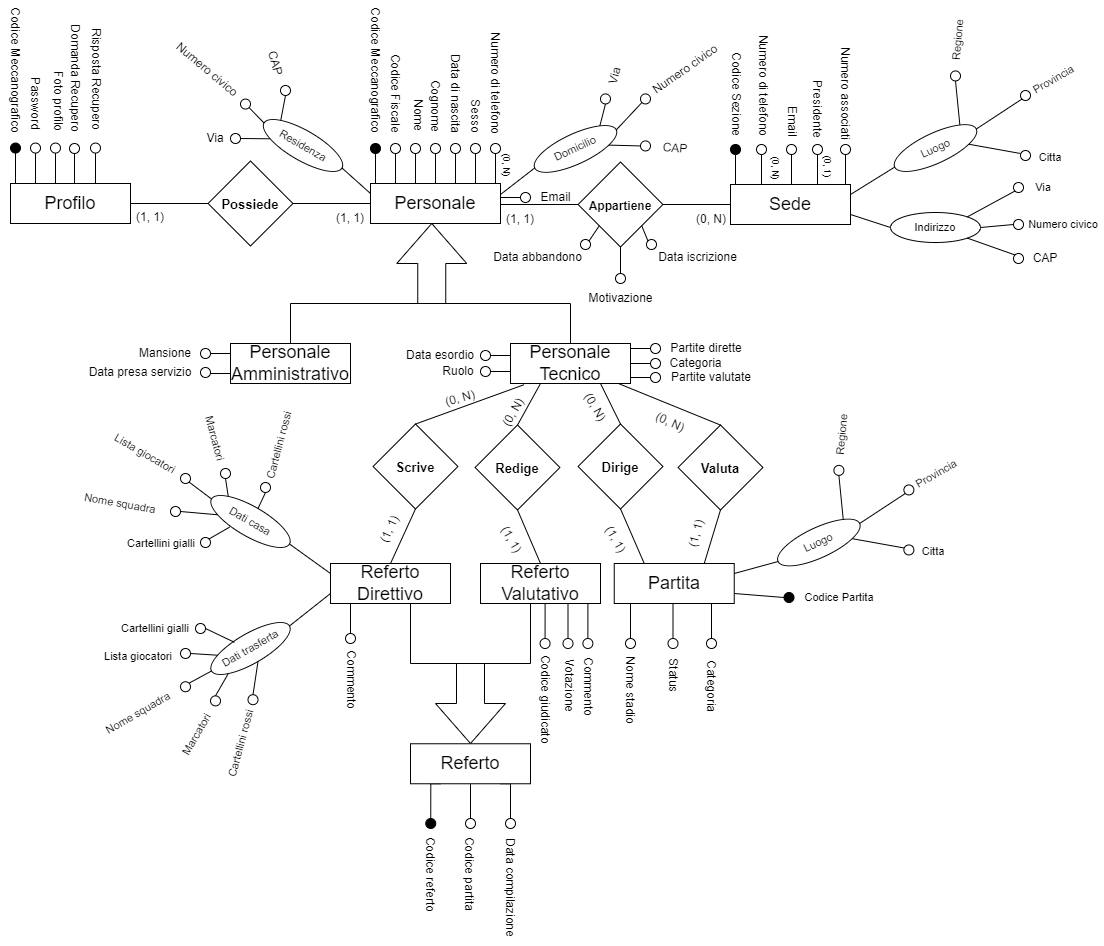
Earlier version of the draw.io export ERDiagram/WhistleER.drawio.png (savernike/DiagramsSet). Source tidied: cells renumbered, new cells last; positions are measured from the earlier drawing's top-left corner, leaving out a move shared by most shapes.
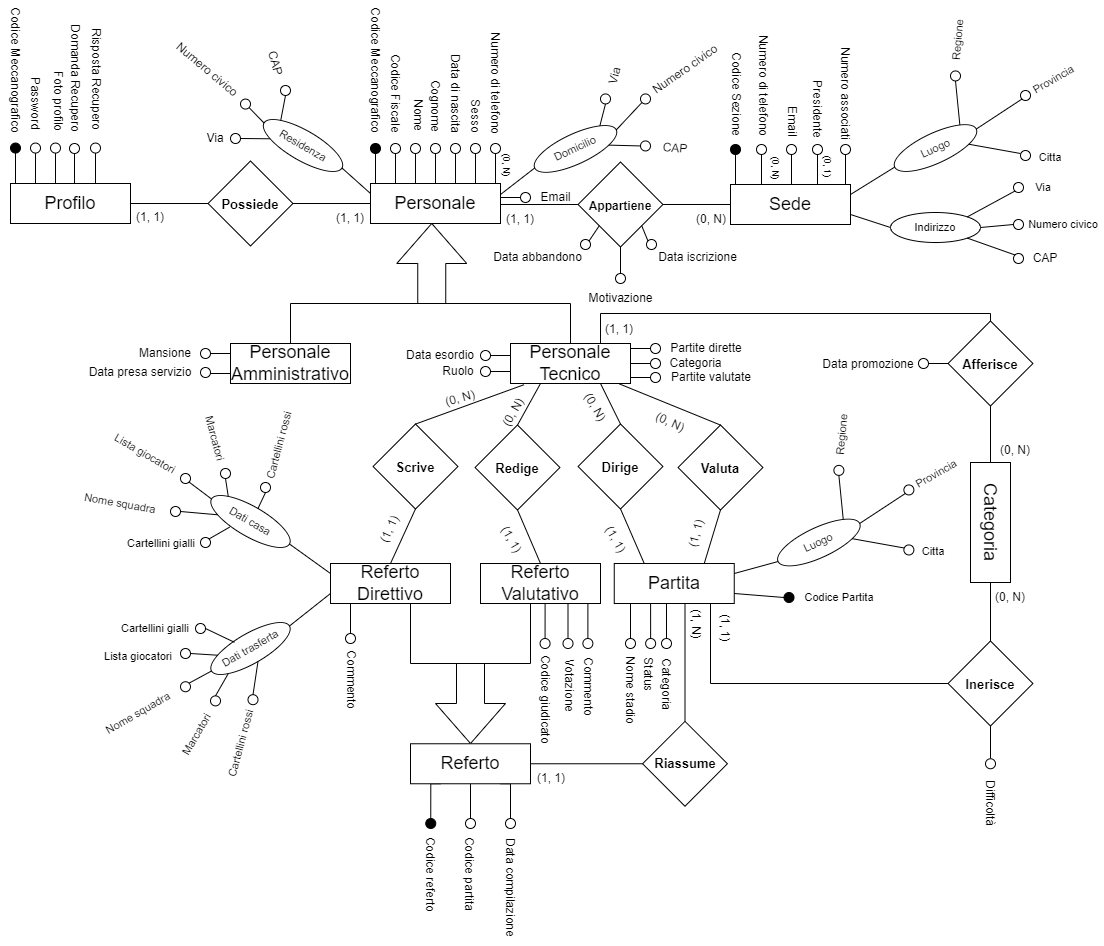
After the commit.

Commit message:
Aggiunta relazione riassume e aggiunta entità categoria con relazioni afferisce e inerisce

The edit, as a diff of the source:
```diff
@@ -350,6 +350,14 @@
     <mxCell id="115" value="&lt;font style=&quot;font-size: 18px;&quot;&gt;Personale&lt;br&gt;Amministrativo&lt;br&gt;&lt;/font&gt;" style="rounded=0;whiteSpace=wrap;html=1;fontFamily=Helvetica;fontSize=11;fontColor=default;" parent="1" vertex="1">
       <mxGeometry x="285" y="319" width="120" height="40" as="geometry" />
     </mxCell>
+    <mxCell id="260" style="edgeStyle=orthogonalEdgeStyle;shape=connector;rounded=0;jettySize=auto;html=1;exitX=0.75;exitY=0;exitDx=0;exitDy=0;entryX=0;entryY=0;entryDx=0;entryDy=0;labelBackgroundColor=default;strokeColor=default;fontFamily=Helvetica;fontSize=11;fontColor=default;endArrow=none;endFill=0;" parent="1" edge="1" source="116" target="267">
+      <mxGeometry relative="1" as="geometry">
+        <Array as="points">
+          <mxPoint x="655" y="289" />
+          <mxPoint x="1045" y="289" />
+        </Array>
+      </mxGeometry>
+    </mxCell>
     <mxCell id="116" value="&lt;font style=&quot;font-size: 18px;&quot;&gt;Personale&lt;br&gt;Tecnico&lt;br&gt;&lt;/font&gt;" style="rounded=0;whiteSpace=wrap;html=1;fontFamily=Helvetica;fontSize=11;fontColor=default;" parent="1" vertex="1">
       <mxGeometry x="565" y="319" width="120" height="40" as="geometry" />
     </mxCell>
@@ -438,11 +446,27 @@
       <mxGeometry relative="1" as="geometry" />
     </mxCell>
     <mxCell id="145" style="edgeStyle=orthogonalEdgeStyle;shape=connector;rounded=0;jettySize=auto;html=1;exitX=0.5;exitY=1;exitDx=0;exitDy=0;entryX=0.5;entryY=0;entryDx=0;entryDy=0;labelBackgroundColor=default;strokeColor=default;fontFamily=Helvetica;fontSize=11;fontColor=default;endArrow=none;endFill=0;" parent="1" edge="1" source="147" target="174">
-      <mxGeometry relative="1" as="geometry" />
+      <mxGeometry relative="1" as="geometry">
+        <Array as="points">
+          <mxPoint x="705" y="579" />
+        </Array>
+      </mxGeometry>
     </mxCell>
     <mxCell id="146" style="edgeStyle=orthogonalEdgeStyle;shape=connector;rounded=0;jettySize=auto;html=1;exitX=0.75;exitY=1;exitDx=0;exitDy=0;entryX=0.5;entryY=0;entryDx=0;entryDy=0;labelBackgroundColor=default;strokeColor=default;fontFamily=Helvetica;fontSize=11;fontColor=default;endArrow=none;endFill=0;" parent="1" edge="1" source="147" target="173">
-      <mxGeometry relative="1" as="geometry" />
+      <mxGeometry relative="1" as="geometry">
+        <Array as="points">
+          <mxPoint x="721" y="579" />
+        </Array>
+      </mxGeometry>
     </mxCell>
+    <mxCell id="261" style="edgeStyle=orthogonalEdgeStyle;shape=connector;rounded=0;jettySize=auto;html=1;exitX=1;exitY=1;exitDx=0;exitDy=0;entryX=0;entryY=1;entryDx=0;entryDy=0;labelBackgroundColor=default;strokeColor=default;fontFamily=Helvetica;fontSize=11;fontColor=default;endArrow=none;endFill=0;" parent="1" edge="1" source="147" target="272">
+      <mxGeometry relative="1" as="geometry">
+        <Array as="points">
+          <mxPoint x="765" y="579" />
+          <mxPoint x="765" y="659" />
+        </Array>
+      </mxGeometry>
+    </mxCell>
     <mxCell id="147" value="&lt;font style=&quot;font-size: 18px;&quot;&gt;Partita&lt;/font&gt;" style="rounded=0;whiteSpace=wrap;html=1;fontFamily=Helvetica;fontSize=11;fontColor=default;" parent="1" vertex="1">
       <mxGeometry x="668.8" y="539" width="120" height="40" as="geometry" />
     </mxCell>
@@ -524,10 +548,10 @@
       <mxGeometry x="845.6" y="558" width="95.6" height="30" as="geometry" />
     </mxCell>
     <mxCell id="173" style="ellipse;whiteSpace=wrap;html=1;fontFamily=Helvetica;fontSize=11;fontColor=default;" parent="1" vertex="1">
-      <mxGeometry x="761" y="614" width="10" height="10" as="geometry" />
+      <mxGeometry x="716" y="614" width="10" height="10" as="geometry" />
     </mxCell>
     <mxCell id="174" style="ellipse;whiteSpace=wrap;html=1;fontFamily=Helvetica;fontSize=11;fontColor=default;" parent="1" vertex="1">
-      <mxGeometry x="722.5" y="614" width="10" height="10" as="geometry" />
+      <mxGeometry x="700.1" y="614" width="10" height="10" as="geometry" />
     </mxCell>
     <mxCell id="175" style="ellipse;whiteSpace=wrap;html=1;fontFamily=Helvetica;fontSize=11;fontColor=default;" parent="1" vertex="1">
       <mxGeometry x="680" y="614" width="10" height="10" as="geometry" />
@@ -536,10 +560,10 @@
       <mxGeometry x="647.4" y="651.4" width="75.2" height="30" as="geometry" />
     </mxCell>
     <mxCell id="177" value="Status" style="text;strokeColor=none;align=center;fillColor=none;html=1;verticalAlign=middle;whiteSpace=wrap;rounded=0;rotation=90;" parent="1" vertex="1">
-      <mxGeometry x="700.1" y="636.3" width="55" height="30" as="geometry" />
+      <mxGeometry x="675.6" y="635" width="55" height="30" as="geometry" />
     </mxCell>
     <mxCell id="178" value="Categoria" style="text;strokeColor=none;align=center;fillColor=none;html=1;verticalAlign=middle;whiteSpace=wrap;rounded=0;rotation=90;" parent="1" vertex="1">
-      <mxGeometry x="738.5" y="646.3" width="55" height="30" as="geometry" />
+      <mxGeometry x="693.5" y="644.3" width="55" height="30" as="geometry" />
     </mxCell>
     <mxCell id="179" style="endArrow=none;html=1;rounded=0;labelBackgroundColor=default;strokeColor=default;fontFamily=Helvetica;fontSize=11;fontColor=default;shape=connector;entryX=0.907;entryY=1.01;entryDx=0;entryDy=0;entryPerimeter=0;exitX=0;exitY=0;exitDx=0;exitDy=0;" parent="1" edge="1" source="140" target="116">
       <mxGeometry relative="1" as="geometry" />
@@ -586,6 +610,9 @@
     <mxCell id="193" style="edgeStyle=orthogonalEdgeStyle;shape=connector;rounded=0;jettySize=auto;html=1;exitX=0.75;exitY=1;exitDx=0;exitDy=0;entryX=0.5;entryY=0;entryDx=0;entryDy=0;labelBackgroundColor=default;strokeColor=default;fontFamily=Helvetica;fontSize=11;fontColor=default;endArrow=none;endFill=0;" parent="1" edge="1" source="194" target="199">
       <mxGeometry relative="1" as="geometry" />
     </mxCell>
+    <mxCell id="262" style="edgeStyle=orthogonalEdgeStyle;rounded=0;jettySize=auto;html=1;exitX=1;exitY=0.5;exitDx=0;exitDy=0;entryX=0;entryY=1;entryDx=0;entryDy=0;endArrow=none;endFill=0;" parent="1" edge="1" source="194" target="264">
+      <mxGeometry relative="1" as="geometry" />
+    </mxCell>
     <mxCell id="194" value="&lt;font style=&quot;font-size: 18px;&quot;&gt;Referto&lt;/font&gt;" style="rounded=0;whiteSpace=wrap;html=1;fontFamily=Helvetica;fontSize=11;fontColor=default;" parent="1" vertex="1">
       <mxGeometry x="465" y="719.3" width="120" height="40" as="geometry" />
     </mxCell>
@@ -784,5 +811,75 @@
     <mxCell id="259" value="(1, 1)" style="text;strokeColor=none;align=center;fillColor=none;html=1;verticalAlign=middle;whiteSpace=wrap;rounded=0;rotation=-75;" parent="1" vertex="1">
       <mxGeometry x="731" y="494" width="40" height="30" as="geometry" />
     </mxCell>
+    <mxCell id="263" style="edgeStyle=orthogonalEdgeStyle;shape=connector;rounded=0;jettySize=auto;html=1;exitX=0;exitY=0;exitDx=0;exitDy=0;entryX=0.81;entryY=1;entryDx=0;entryDy=0;entryPerimeter=0;labelBackgroundColor=default;strokeColor=default;fontFamily=Helvetica;fontSize=11;fontColor=default;endArrow=none;endFill=0;" parent="1" edge="1" source="264" target="147">
+      <mxGeometry relative="1" as="geometry">
+        <Array as="points">
+          <mxPoint x="740" y="579" />
+        </Array>
+      </mxGeometry>
+    </mxCell>
+    <mxCell id="264" style="whiteSpace=wrap;html=1;fontFamily=Helvetica;fontSize=11;fontColor=default;rotation=45;" parent="1" vertex="1">
+      <mxGeometry x="709.5" y="709.3" width="60" height="60" as="geometry" />
+    </mxCell>
+    <mxCell id="265" value="&lt;font style=&quot;font-size: 13px;&quot;&gt;&lt;b&gt;Riassume&lt;/b&gt;&lt;/font&gt;" style="text;strokeColor=none;align=center;fillColor=none;html=1;verticalAlign=middle;whiteSpace=wrap;rounded=0;fontSize=11;fontFamily=Helvetica;fontColor=default;" parent="1" vertex="1">
+      <mxGeometry x="709.5" y="724.1" width="60" height="30" as="geometry" />
+    </mxCell>
+    <mxCell id="266" style="edgeStyle=orthogonalEdgeStyle;shape=connector;rounded=0;jettySize=auto;html=1;exitX=1;exitY=1;exitDx=0;exitDy=0;entryX=1;entryY=0.5;entryDx=0;entryDy=0;labelBackgroundColor=default;strokeColor=default;fontFamily=Helvetica;fontSize=11;fontColor=default;endArrow=none;endFill=0;" parent="1" edge="1" source="267" target="270">
+      <mxGeometry relative="1" as="geometry" />
+    </mxCell>
+    <mxCell id="267" style="whiteSpace=wrap;html=1;fontFamily=Helvetica;fontSize=11;fontColor=default;rotation=45;" parent="1" vertex="1">
+      <mxGeometry x="1015" y="309" width="60" height="60" as="geometry" />
+    </mxCell>
+    <mxCell id="268" value="&lt;font style=&quot;font-size: 13px;&quot;&gt;&lt;b&gt;Afferisce&lt;/b&gt;&lt;/font&gt;" style="text;strokeColor=none;align=center;fillColor=none;html=1;verticalAlign=middle;whiteSpace=wrap;rounded=0;fontSize=11;fontFamily=Helvetica;fontColor=default;" parent="1" vertex="1">
+      <mxGeometry x="1015" y="325.2" width="60" height="30" as="geometry" />
+    </mxCell>
+    <mxCell id="269" style="edgeStyle=orthogonalEdgeStyle;shape=connector;rounded=0;jettySize=auto;html=1;exitX=0;exitY=0.5;exitDx=0;exitDy=0;entryX=0;entryY=0;entryDx=0;entryDy=0;labelBackgroundColor=default;strokeColor=default;fontFamily=Helvetica;fontSize=11;fontColor=default;endArrow=none;endFill=0;" parent="1" edge="1" source="270" target="272">
+      <mxGeometry relative="1" as="geometry" />
+    </mxCell>
+    <mxCell id="270" value="&lt;font style=&quot;font-size: 18px;&quot;&gt;Categoria&lt;br&gt;&lt;/font&gt;" style="rounded=0;whiteSpace=wrap;html=1;fontFamily=Helvetica;fontSize=11;fontColor=default;direction=west;rotation=90;" parent="1" vertex="1">
+      <mxGeometry x="985" y="478" width="120" height="40" as="geometry" />
+    </mxCell>
+    <mxCell id="271" style="edgeStyle=orthogonalEdgeStyle;shape=connector;rounded=0;jettySize=auto;html=1;exitX=1;exitY=1;exitDx=0;exitDy=0;entryX=0.5;entryY=0;entryDx=0;entryDy=0;labelBackgroundColor=default;strokeColor=default;fontFamily=Helvetica;fontSize=11;fontColor=default;endArrow=none;endFill=0;" parent="1" edge="1" source="272" target="277">
+      <mxGeometry relative="1" as="geometry" />
+    </mxCell>
+    <mxCell id="272" style="whiteSpace=wrap;html=1;fontFamily=Helvetica;fontSize=11;fontColor=default;rotation=45;" parent="1" vertex="1">
+      <mxGeometry x="1015" y="629" width="60" height="60" as="geometry" />
+    </mxCell>
+    <mxCell id="273" value="&lt;font style=&quot;font-size: 13px;&quot;&gt;&lt;b&gt;Inerisce&lt;/b&gt;&lt;/font&gt;" style="text;strokeColor=none;align=center;fillColor=none;html=1;verticalAlign=middle;whiteSpace=wrap;rounded=0;fontSize=11;fontFamily=Helvetica;fontColor=default;" parent="1" vertex="1">
+      <mxGeometry x="1015" y="645.2" width="60" height="30" as="geometry" />
+    </mxCell>
+    <mxCell id="274" style="edgeStyle=orthogonalEdgeStyle;shape=connector;rounded=0;jettySize=auto;html=1;exitX=1;exitY=0.5;exitDx=0;exitDy=0;entryX=0;entryY=1;entryDx=0;entryDy=0;labelBackgroundColor=default;strokeColor=default;fontFamily=Helvetica;fontSize=11;fontColor=default;endArrow=none;endFill=0;" parent="1" edge="1" source="275" target="267">
+      <mxGeometry relative="1" as="geometry" />
+    </mxCell>
+    <mxCell id="275" style="ellipse;whiteSpace=wrap;html=1;" parent="1" vertex="1">
+      <mxGeometry x="973" y="334" width="10" height="10" as="geometry" />
+    </mxCell>
+    <mxCell id="276" value="Data promozione" style="text;strokeColor=none;align=center;fillColor=none;html=1;verticalAlign=middle;whiteSpace=wrap;rounded=0;rotation=0;" parent="1" vertex="1">
+      <mxGeometry x="873" y="320.2" width="100" height="40" as="geometry" />
+    </mxCell>
+    <mxCell id="277" style="ellipse;whiteSpace=wrap;html=1;" parent="1" vertex="1">
+      <mxGeometry x="1040" y="734.3" width="10" height="10" as="geometry" />
+    </mxCell>
+    <mxCell id="278" value="Difficoltà" style="text;strokeColor=none;align=center;fillColor=none;html=1;verticalAlign=middle;whiteSpace=wrap;rounded=0;rotation=90;" parent="1" vertex="1">
+      <mxGeometry x="1015" y="759" width="60" height="40" as="geometry" />
+    </mxCell>
+    <mxCell id="279" value="(1, 1)" style="text;strokeColor=none;align=center;fillColor=none;html=1;verticalAlign=middle;whiteSpace=wrap;rounded=0;rotation=0;" parent="1" vertex="1">
+      <mxGeometry x="653.5" y="290.2" width="40" height="30" as="geometry" />
+    </mxCell>
+    <mxCell id="280" value="(0, N)" style="text;strokeColor=none;align=center;fillColor=none;html=1;verticalAlign=middle;whiteSpace=wrap;rounded=0;rotation=0;" parent="1" vertex="1">
+      <mxGeometry x="1050" y="410.9" width="40" height="30" as="geometry" />
+    </mxCell>
+    <mxCell id="281" value="(1, 1)" style="text;strokeColor=none;align=center;fillColor=none;html=1;verticalAlign=middle;whiteSpace=wrap;rounded=0;rotation=90;" parent="1" vertex="1">
+      <mxGeometry x="760" y="589" width="40" height="30" as="geometry" />
+    </mxCell>
+    <mxCell id="282" value="(0, N)" style="text;strokeColor=none;align=center;fillColor=none;html=1;verticalAlign=middle;whiteSpace=wrap;rounded=0;rotation=0;" parent="1" vertex="1">
+      <mxGeometry x="1045" y="558" width="40" height="30" as="geometry" />
+    </mxCell>
+    <mxCell id="283" value="(1, N)" style="text;strokeColor=none;align=center;fillColor=none;html=1;verticalAlign=middle;whiteSpace=wrap;rounded=0;rotation=90;" parent="1" vertex="1">
+      <mxGeometry x="730.5" y="584" width="40" height="30" as="geometry" />
+    </mxCell>
+    <mxCell id="284" value="(1, 1)" style="text;strokeColor=none;align=center;fillColor=none;html=1;verticalAlign=middle;whiteSpace=wrap;rounded=0;rotation=0;" parent="1" vertex="1">
+      <mxGeometry x="585.9" y="739.3" width="40" height="30" as="geometry" />
+    </mxCell>
   </root>
 </mxGraphModel>
```
